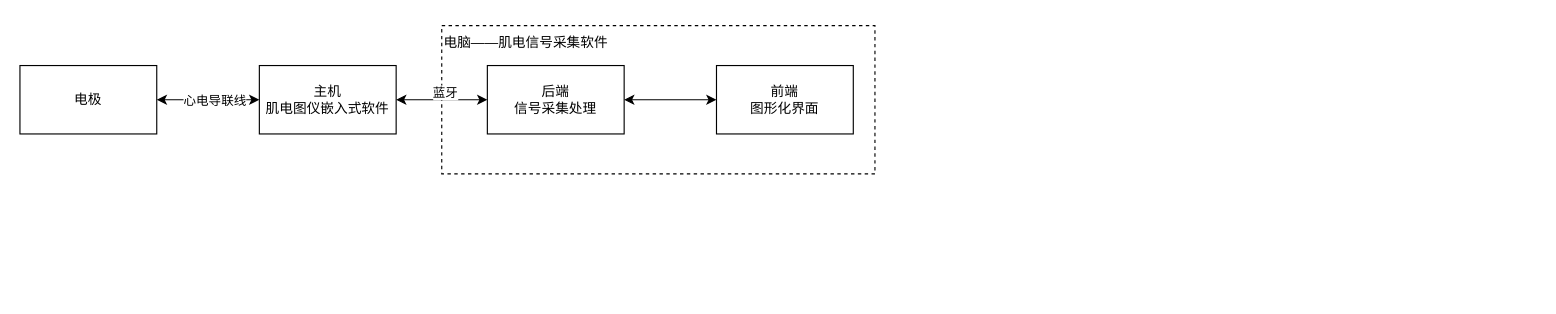
yz360307/draw keeps this draw.io diagram as 概念设计-系统构思-结构框图.drawio. Above is the earlier version. Source tidied: cells renumbered, new cells numbered last; positions are measured from the earlier drawing's top-left corner, leaving out a move shared by most shapes. Both pictures are drawn from the tidied source at 114%, with x=0, y=0 at pixel (19, 25).
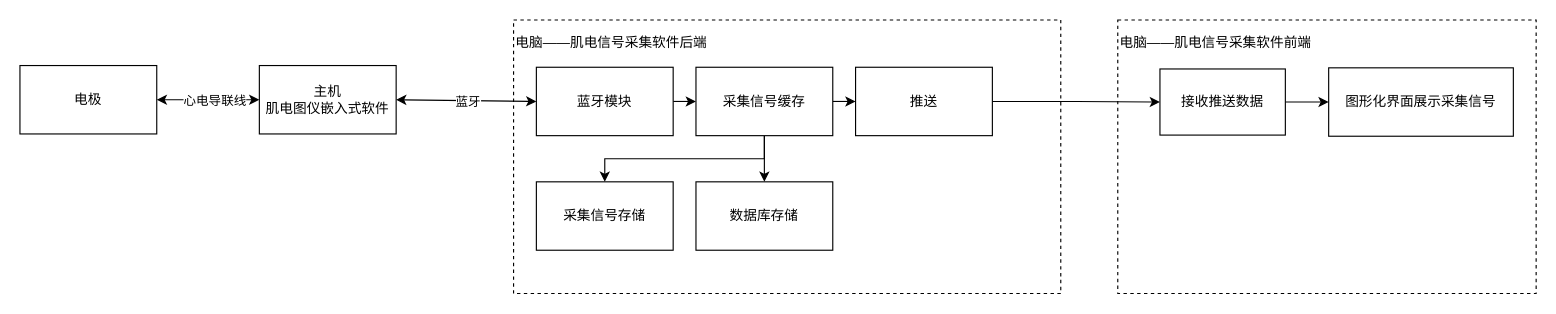
Above is the later version.

Commit message:
更新概念设计-系统构思-结构框图.drawio

The change refers to these unchanged cells:
```xml
<mxCell id="4" value="&lt;div&gt;主机&lt;/div&gt;&lt;div&gt;肌电图仪嵌入式软件&lt;br&gt;&lt;/div&gt;" style="whiteSpace=wrap;html=1;rounded=0;" parent="1" vertex="1">
  <mxGeometry x="210" y="35" width="120" height="60" as="geometry" />
</mxCell>
```

Diff of the diagram source:
```diff
@@
-    <mxCell id="2" value="&lt;div align=&quot;left&quot;&gt;电脑——肌电信号采集软件&lt;/div&gt;&lt;div align=&quot;left&quot;&gt;&lt;br&gt;&lt;/div&gt;&lt;div align=&quot;left&quot;&gt;&lt;br&gt;&lt;/div&gt;&lt;div align=&quot;left&quot;&gt;&lt;br&gt;&lt;/div&gt;&lt;div align=&quot;left&quot;&gt;&lt;br&gt;&lt;/div&gt;&lt;div align=&quot;left&quot;&gt;&lt;br&gt;&lt;/div&gt;&lt;div align=&quot;left&quot;&gt;&lt;br&gt;&lt;/div&gt;&lt;div align=&quot;left&quot;&gt;&lt;br&gt;&lt;/div&gt;" style="whiteSpace=wrap;html=1;rounded=0;dashed=1;align=left;" parent="1" vertex="1">
-      <mxGeometry x="370" width="380" height="130" as="geometry" />
-    </mxCell>
+    <mxCell id="12" value="&lt;div align=&quot;left&quot;&gt;电脑——肌电信号采集软件前端&lt;/div&gt;&lt;div align=&quot;left&quot;&gt;&lt;br&gt;&lt;/div&gt;&lt;div align=&quot;left&quot;&gt;&lt;br&gt;&lt;/div&gt;&lt;div align=&quot;left&quot;&gt;&lt;br&gt;&lt;/div&gt;&lt;div align=&quot;left&quot;&gt;&lt;br&gt;&lt;/div&gt;&lt;div align=&quot;left&quot;&gt;&lt;br&gt;&lt;/div&gt;&lt;div align=&quot;left&quot;&gt;&lt;br&gt;&lt;/div&gt;&lt;div align=&quot;left&quot;&gt;&lt;br&gt;&lt;/div&gt;&lt;div align=&quot;left&quot;&gt;&lt;br&gt;&lt;/div&gt;&lt;div align=&quot;left&quot;&gt;&lt;br&gt;&lt;/div&gt;&lt;div align=&quot;left&quot;&gt;&lt;br&gt;&lt;/div&gt;&lt;div align=&quot;left&quot;&gt;&lt;br&gt;&lt;/div&gt;&lt;div align=&quot;left&quot;&gt;&lt;br&gt;&lt;/div&gt;&lt;div align=&quot;left&quot;&gt;&lt;br&gt;&lt;/div&gt;&lt;div align=&quot;left&quot;&gt;&lt;br&gt;&lt;/div&gt;" style="whiteSpace=wrap;html=1;rounded=0;dashed=1;align=left;fillColor=default;" parent="1" vertex="1">
+      <mxGeometry x="963" y="-5" width="367" height="240" as="geometry" />
+    </mxCell>
@@
-    <mxCell id="5" value="&lt;div&gt;前端&lt;/div&gt;&lt;div&gt;图形化界面&lt;br&gt;&lt;/div&gt;" style="rounded=0;whiteSpace=wrap;html=1;" parent="1" vertex="1">
-      <mxGeometry x="611" y="35" width="120" height="60" as="geometry" />
-    </mxCell>
-    <mxCell id="6" value="&lt;div&gt;后端&lt;/div&gt;&lt;div&gt;信号采集处理&lt;br&gt;&lt;/div&gt;" style="rounded=0;whiteSpace=wrap;html=1;" parent="1" vertex="1">
-      <mxGeometry x="410" y="35" width="120" height="60" as="geometry" />
-    </mxCell>
@@
-    <mxCell id="9" style="endArrow=classic;startArrow=classic;html=1;rounded=0;entryX=0;entryY=0.5;entryDx=0;entryDy=0;exitX=1;exitY=0.5;exitDx=0;exitDy=0;" parent="1" edge="1" source="4" target="6">
-      <mxGeometry relative="1" as="geometry" />
-    </mxCell>
+    <mxCell id="13" value="&lt;div align=&quot;left&quot;&gt;电脑——肌电信号采集软件后端&lt;/div&gt;&lt;div align=&quot;left&quot;&gt;&lt;br&gt;&lt;/div&gt;&lt;div align=&quot;left&quot;&gt;&lt;br&gt;&lt;/div&gt;&lt;div align=&quot;left&quot;&gt;&lt;br&gt;&lt;/div&gt;&lt;div align=&quot;left&quot;&gt;&lt;br&gt;&lt;/div&gt;&lt;div align=&quot;left&quot;&gt;&lt;br&gt;&lt;/div&gt;&lt;div align=&quot;left&quot;&gt;&lt;br&gt;&lt;/div&gt;&lt;div align=&quot;left&quot;&gt;&lt;br&gt;&lt;/div&gt;&lt;div align=&quot;left&quot;&gt;&lt;br&gt;&lt;/div&gt;&lt;div align=&quot;left&quot;&gt;&lt;br&gt;&lt;/div&gt;&lt;div align=&quot;left&quot;&gt;&lt;br&gt;&lt;/div&gt;&lt;div align=&quot;left&quot;&gt;&lt;br&gt;&lt;/div&gt;&lt;div align=&quot;left&quot;&gt;&lt;br&gt;&lt;/div&gt;&lt;div align=&quot;left&quot;&gt;&lt;br&gt;&lt;/div&gt;&lt;div align=&quot;left&quot;&gt;&lt;br&gt;&lt;/div&gt;" style="whiteSpace=wrap;html=1;rounded=0;dashed=1;align=left;" parent="1" vertex="1">
+      <mxGeometry x="433" y="-5" width="480" height="240" as="geometry" />
+    </mxCell>
+    <mxCell id="14" style="edgeStyle=orthogonalEdgeStyle;rounded=0;jettySize=auto;html=1;exitX=1;exitY=0.5;exitDx=0;exitDy=0;entryX=0;entryY=0.5;entryDx=0;entryDy=0;" parent="1" edge="1" source="15" target="19">
+      <mxGeometry relative="1" as="geometry" />
+    </mxCell>
+    <mxCell id="15" value="蓝牙模块" style="rounded=0;whiteSpace=wrap;html=1;" parent="1" vertex="1">
+      <mxGeometry x="453" y="36.5" width="120" height="60" as="geometry" />
+    </mxCell>
+    <mxCell id="16" style="edgeStyle=orthogonalEdgeStyle;rounded=0;jettySize=auto;html=1;exitX=1;exitY=0.5;exitDx=0;exitDy=0;entryX=0;entryY=0.5;entryDx=0;entryDy=0;" parent="1" edge="1" source="19" target="23">
+      <mxGeometry relative="1" as="geometry" />
+    </mxCell>
+    <mxCell id="17" style="edgeStyle=orthogonalEdgeStyle;rounded=0;jettySize=auto;html=1;exitX=0.5;exitY=1;exitDx=0;exitDy=0;entryX=0.5;entryY=0;entryDx=0;entryDy=0;" parent="1" edge="1" source="19" target="20">
+      <mxGeometry relative="1" as="geometry" />
+    </mxCell>
+    <mxCell id="18" style="edgeStyle=orthogonalEdgeStyle;rounded=0;jettySize=auto;html=1;exitX=0.5;exitY=1;exitDx=0;exitDy=0;entryX=0.5;entryY=0;entryDx=0;entryDy=0;" parent="1" edge="1" source="19" target="21">
+      <mxGeometry relative="1" as="geometry" />
+    </mxCell>
+    <mxCell id="19" value="采集信号缓存" style="rounded=0;whiteSpace=wrap;html=1;" parent="1" vertex="1">
+      <mxGeometry x="593" y="36.5" width="120" height="60" as="geometry" />
+    </mxCell>
+    <mxCell id="20" value="采集信号存储" style="rounded=0;whiteSpace=wrap;html=1;" parent="1" vertex="1">
+      <mxGeometry x="453" y="137" width="120" height="60" as="geometry" />
+    </mxCell>
+    <mxCell id="21" value="数据库存储" style="rounded=0;whiteSpace=wrap;html=1;" parent="1" vertex="1">
+      <mxGeometry x="593" y="137" width="120" height="60" as="geometry" />
+    </mxCell>
+    <mxCell id="22" style="edgeStyle=orthogonalEdgeStyle;rounded=0;jettySize=auto;html=1;" parent="1" edge="1" source="23" target="26">
+      <mxGeometry relative="1" as="geometry" />
+    </mxCell>
+    <mxCell id="23" value="推送" style="rounded=0;whiteSpace=wrap;html=1;" parent="1" vertex="1">
+      <mxGeometry x="733" y="36.5" width="120" height="60" as="geometry" />
+    </mxCell>
+    <mxCell id="24" style="endArrow=classic;startArrow=classic;html=1;rounded=0;entryX=0;entryY=0.5;entryDx=0;entryDy=0;exitX=1;exitY=0.5;exitDx=0;exitDy=0;" parent="1" edge="1" source="4" target="15">
+      <mxGeometry relative="1" as="geometry" />
+    </mxCell>
-    <mxCell id="10" value="蓝牙" style="edgeLabel;html=1;align=center;verticalAlign=middle;" parent="9" vertex="1">
-      <mxGeometry x="0.06" y="6" relative="1" as="geometry">
-        <mxPoint y="-1" as="offset" />
+    <mxCell id="10" value="蓝牙" style="edgeLabel;html=1;align=center;verticalAlign=middle;" parent="24" vertex="1">
+      <mxGeometry x="0.04" y="-1" relative="1" as="geometry">
+        <mxPoint x="-1" as="offset" />
       </mxGeometry>
     </mxCell>
-    <mxCell id="11" style="endArrow=classic;startArrow=classic;html=1;rounded=0;entryX=0;entryY=0.5;entryDx=0;entryDy=0;exitX=1;exitY=0.5;exitDx=0;exitDy=0;" parent="1" edge="1" source="6" target="5">
-      <mxGeometry relative="1" as="geometry" />
-    </mxCell>
+    <mxCell id="25" style="edgeStyle=orthogonalEdgeStyle;rounded=0;jettySize=auto;html=1;" parent="1" edge="1" source="26" target="27">
+      <mxGeometry relative="1" as="geometry" />
+    </mxCell>
+    <mxCell id="26" value="接收推送数据" style="rounded=0;whiteSpace=wrap;html=1;" parent="1" vertex="1">
+      <mxGeometry x="1000" y="38" width="110" height="58" as="geometry" />
+    </mxCell>
+    <mxCell id="27" value="图形化界面展示采集信号" style="rounded=0;whiteSpace=wrap;html=1;" parent="1" vertex="1">
+      <mxGeometry x="1148" y="37" width="162" height="60" as="geometry" />
+    </mxCell>
```
